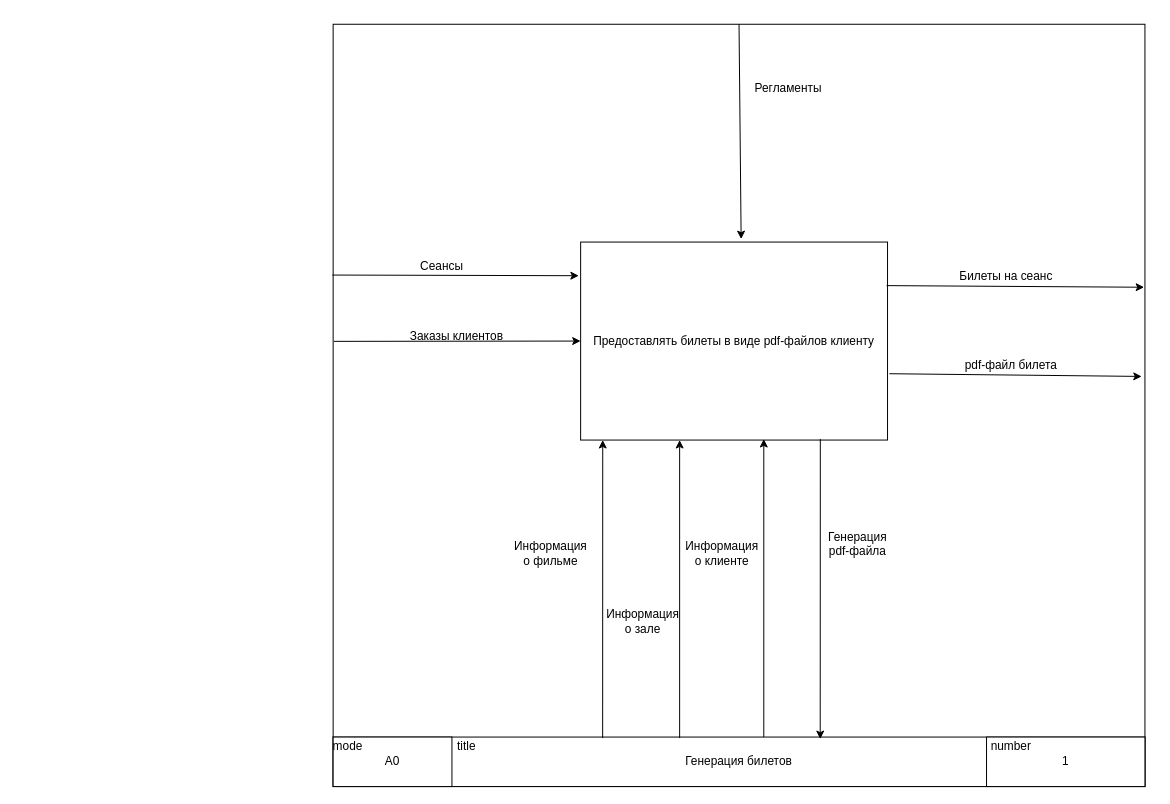
Above: Диаграммы/Диаграмма контекстная.drawio in Klevchik1/cinema-management-system (draw.io), before the change. Source tidied: cells renumbered, new cells numbered last; positions are measured from the earlier drawing's top-left corner, leaving out a move shared by most shapes. Both pictures are drawn from the tidied source at 99%, with x=0, y=0 at pixel (333, 24).
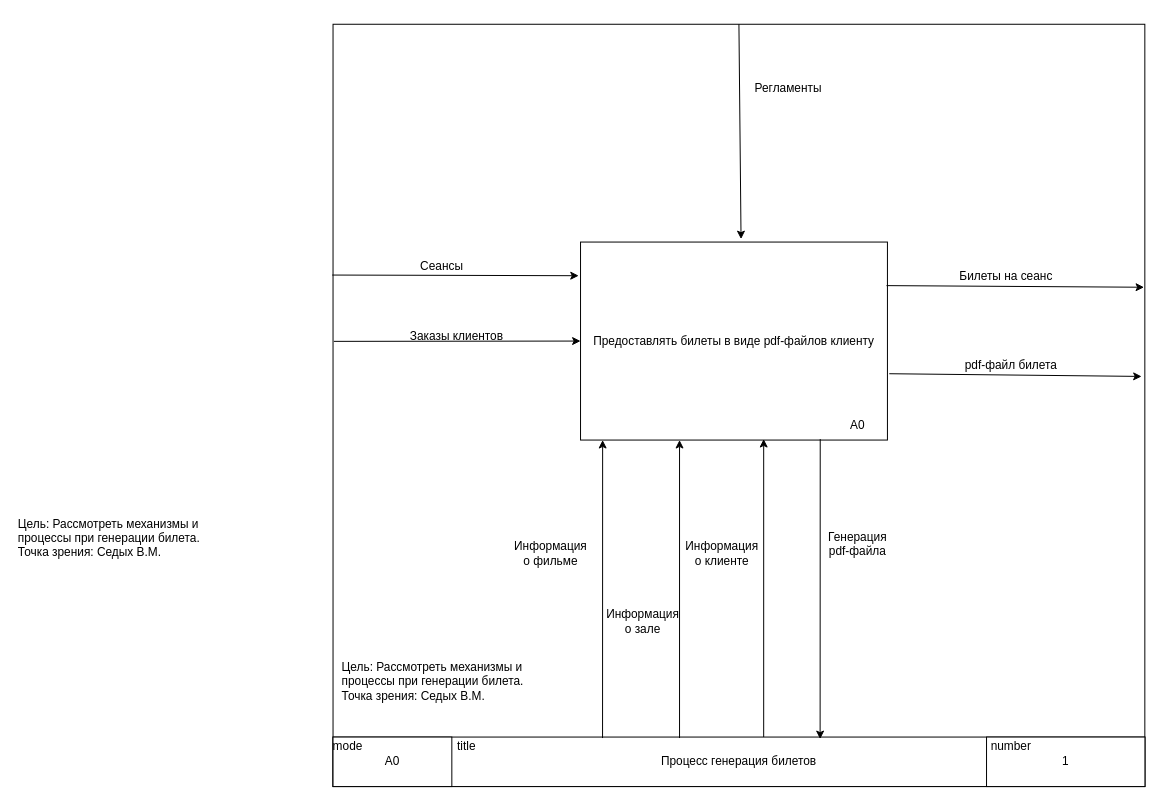
The same page after the edit.

The edit, as a diff of the source:
```diff
@@
-    <mxCell id="2" style="rounded=0;whiteSpace=wrap;html=1;" parent="1" vertex="1">
-      <mxGeometry width="820" height="770" as="geometry" />
-    </mxCell>
-    <mxCell id="3" value="Генерация билетов" style="rounded=0;whiteSpace=wrap;html=1;" parent="1" vertex="1">
-      <mxGeometry y="720" width="820" height="50" as="geometry" />
-    </mxCell>
+    <mxCell id="28" style="rounded=0;whiteSpace=wrap;html=1;" parent="1" vertex="1">
+      <mxGeometry x="-0.1" width="820" height="770" as="geometry" />
+    </mxCell>
+    <mxCell id="29" value="Процесс генерация билетов" style="rounded=0;whiteSpace=wrap;html=1;" parent="1" vertex="1">
+      <mxGeometry x="-0.1" y="720" width="820" height="50" as="geometry" />
+    </mxCell>
     <mxCell id="4" value="А0" style="rounded=0;whiteSpace=wrap;html=1;" parent="1" vertex="1">
-      <mxGeometry y="720" width="120" height="50" as="geometry" />
+      <mxGeometry x="-0.1" y="720" width="120" height="50" as="geometry" />
     </mxCell>
@@
     <mxCell id="6" value="mode" style="text;html=1;align=center;verticalAlign=middle;whiteSpace=wrap;rounded=0;" parent="1" vertex="1">
-      <mxGeometry y="720" width="30" height="20" as="geometry" />
+      <mxGeometry x="-0.1" y="720" width="30" height="20" as="geometry" />
     </mxCell>
     <mxCell id="7" value="title" style="text;html=1;align=center;verticalAlign=middle;whiteSpace=wrap;rounded=0;" parent="1" vertex="1">
-      <mxGeometry x="120" y="720" width="30" height="20" as="geometry" />
+      <mxGeometry x="119.9" y="720" width="30" height="20" as="geometry" />
     </mxCell>
@@
     <mxCell id="9" value="Предоставлять билеты в виде pdf-файлов клиенту" style="rounded=0;whiteSpace=wrap;html=1;" parent="1" vertex="1">
-      <mxGeometry x="250" y="220" width="310" height="200" as="geometry" />
+      <mxGeometry x="249.9" y="220" width="310" height="200" as="geometry" />
     </mxCell>
-    <mxCell id="10" style="endArrow=classic;html=1;rounded=0;exitX=-0.001;exitY=0.329;exitDx=0;exitDy=0;exitPerimeter=0;entryX=-0.006;entryY=0.17;entryDx=0;entryDy=0;entryPerimeter=0;" parent="1" edge="1" source="2" target="9">
-      <mxGeometry relative="1" as="geometry" />
-    </mxCell>
-    <mxCell id="11" style="endArrow=classic;html=1;rounded=0;exitX=0.001;exitY=0.416;exitDx=0;exitDy=0;exitPerimeter=0;entryX=0;entryY=0.5;entryDx=0;entryDy=0;" parent="1" edge="1" source="2" target="9">
-      <mxGeometry relative="1" as="geometry" />
-    </mxCell>
-    <mxCell id="12" style="endArrow=classic;html=1;rounded=0;exitX=1.006;exitY=0.665;exitDx=0;exitDy=0;exitPerimeter=0;entryX=0.996;entryY=0.462;entryDx=0;entryDy=0;entryPerimeter=0;" parent="1" edge="1" source="9" target="2">
-      <mxGeometry relative="1" as="geometry" />
-    </mxCell>
-    <mxCell id="13" style="endArrow=classic;html=1;rounded=0;exitX=0.997;exitY=0.22;exitDx=0;exitDy=0;exitPerimeter=0;entryX=0.999;entryY=0.345;entryDx=0;entryDy=0;entryPerimeter=0;" parent="1" edge="1" source="9" target="2">
-      <mxGeometry relative="1" as="geometry" />
-    </mxCell>
-    <mxCell id="14" style="endArrow=classic;html=1;rounded=0;exitX=0.5;exitY=0;exitDx=0;exitDy=0;entryX=0.523;entryY=-0.015;entryDx=0;entryDy=0;entryPerimeter=0;" parent="1" edge="1" source="2" target="9">
-      <mxGeometry relative="1" as="geometry" />
-    </mxCell>
+    <mxCell id="30" style="endArrow=classic;html=1;rounded=0;exitX=-0.001;exitY=0.329;exitDx=0;exitDy=0;exitPerimeter=0;entryX=-0.006;entryY=0.17;entryDx=0;entryDy=0;entryPerimeter=0;" parent="1" edge="1" source="28" target="9">
+      <mxGeometry relative="1" as="geometry" />
+    </mxCell>
+    <mxCell id="31" style="endArrow=classic;html=1;rounded=0;exitX=0.001;exitY=0.416;exitDx=0;exitDy=0;exitPerimeter=0;entryX=0;entryY=0.5;entryDx=0;entryDy=0;" parent="1" edge="1" source="28" target="9">
+      <mxGeometry relative="1" as="geometry" />
+    </mxCell>
+    <mxCell id="32" style="endArrow=classic;html=1;rounded=0;exitX=1.006;exitY=0.665;exitDx=0;exitDy=0;exitPerimeter=0;entryX=0.996;entryY=0.462;entryDx=0;entryDy=0;entryPerimeter=0;" parent="1" edge="1" source="9" target="28">
+      <mxGeometry relative="1" as="geometry" />
+    </mxCell>
+    <mxCell id="33" style="endArrow=classic;html=1;rounded=0;exitX=0.997;exitY=0.22;exitDx=0;exitDy=0;exitPerimeter=0;entryX=0.999;entryY=0.345;entryDx=0;entryDy=0;entryPerimeter=0;" parent="1" edge="1" source="9" target="28">
+      <mxGeometry relative="1" as="geometry" />
+    </mxCell>
+    <mxCell id="34" style="endArrow=classic;html=1;rounded=0;exitX=0.5;exitY=0;exitDx=0;exitDy=0;entryX=0.523;entryY=-0.015;entryDx=0;entryDy=0;entryPerimeter=0;" parent="1" edge="1" source="28" target="9">
+      <mxGeometry relative="1" as="geometry" />
+    </mxCell>
     <mxCell id="15" value="Сеансы" style="text;html=1;align=center;verticalAlign=middle;whiteSpace=wrap;rounded=0;" parent="1" vertex="1">
-      <mxGeometry x="80" y="230" width="60" height="30" as="geometry" />
+      <mxGeometry x="79.9" y="230" width="60" height="30" as="geometry" />
     </mxCell>
     <mxCell id="16" value="Заказы клиентов" style="text;html=1;align=center;verticalAlign=middle;whiteSpace=wrap;rounded=0;" parent="1" vertex="1">
-      <mxGeometry x="70" y="300" width="110" height="30" as="geometry" />
+      <mxGeometry x="69.9" y="300" width="110" height="30" as="geometry" />
     </mxCell>
@@
     <mxCell id="19" value="Регламенты" style="text;html=1;align=center;verticalAlign=middle;whiteSpace=wrap;rounded=0;" parent="1" vertex="1">
-      <mxGeometry x="410" y="50" width="100" height="30" as="geometry" />
+      <mxGeometry x="409.9" y="50" width="100" height="30" as="geometry" />
     </mxCell>
-    <mxCell id="20" style="endArrow=classic;html=1;rounded=0;exitX=0.332;exitY=0.02;exitDx=0;exitDy=0;exitPerimeter=0;entryX=0.072;entryY=1;entryDx=0;entryDy=0;entryPerimeter=0;" parent="1" edge="1" source="3" target="9">
-      <mxGeometry relative="1" as="geometry" />
-    </mxCell>
-    <mxCell id="21" style="endArrow=classic;html=1;rounded=0;exitX=0.332;exitY=0.02;exitDx=0;exitDy=0;exitPerimeter=0;entryX=0.072;entryY=1;entryDx=0;entryDy=0;entryPerimeter=0;" parent="1" edge="1">
-      <mxGeometry relative="1" as="geometry">
-        <mxPoint x="350" y="721" as="sourcePoint" />
-        <mxPoint x="350" y="420" as="targetPoint" />
-      </mxGeometry>
-    </mxCell>
-    <mxCell id="22" style="endArrow=classic;html=1;rounded=0;exitX=0.332;exitY=0.02;exitDx=0;exitDy=0;exitPerimeter=0;entryX=0.072;entryY=1;entryDx=0;entryDy=0;entryPerimeter=0;" parent="1" edge="1">
-      <mxGeometry relative="1" as="geometry">
-        <mxPoint x="435" y="720" as="sourcePoint" />
-        <mxPoint x="435" y="419" as="targetPoint" />
-      </mxGeometry>
-    </mxCell>
-    <mxCell id="23" style="endArrow=classic;html=1;rounded=0;exitX=0.781;exitY=0.995;exitDx=0;exitDy=0;exitPerimeter=0;entryX=0.6;entryY=0.04;entryDx=0;entryDy=0;entryPerimeter=0;" parent="1" edge="1" source="9" target="3">
-      <mxGeometry relative="1" as="geometry" />
-    </mxCell>
+    <mxCell id="35" style="endArrow=classic;html=1;rounded=0;exitX=0.332;exitY=0.02;exitDx=0;exitDy=0;exitPerimeter=0;entryX=0.072;entryY=1;entryDx=0;entryDy=0;entryPerimeter=0;" parent="1" edge="1" source="29" target="9">
+      <mxGeometry relative="1" as="geometry" />
+    </mxCell>
+    <mxCell id="36" style="endArrow=classic;html=1;rounded=0;exitX=0.332;exitY=0.02;exitDx=0;exitDy=0;exitPerimeter=0;entryX=0.072;entryY=1;entryDx=0;entryDy=0;entryPerimeter=0;" parent="1" edge="1">
+      <mxGeometry relative="1" as="geometry">
+        <mxPoint x="349.9" y="721" as="sourcePoint" />
+        <mxPoint x="349.9" y="420" as="targetPoint" />
+      </mxGeometry>
+    </mxCell>
+    <mxCell id="37" style="endArrow=classic;html=1;rounded=0;exitX=0.332;exitY=0.02;exitDx=0;exitDy=0;exitPerimeter=0;entryX=0.072;entryY=1;entryDx=0;entryDy=0;entryPerimeter=0;" parent="1" edge="1">
+      <mxGeometry relative="1" as="geometry">
+        <mxPoint x="434.9" y="720" as="sourcePoint" />
+        <mxPoint x="434.9" y="419" as="targetPoint" />
+      </mxGeometry>
+    </mxCell>
+    <mxCell id="38" style="endArrow=classic;html=1;rounded=0;exitX=0.781;exitY=0.995;exitDx=0;exitDy=0;exitPerimeter=0;entryX=0.6;entryY=0.04;entryDx=0;entryDy=0;entryPerimeter=0;" parent="1" edge="1" source="9" target="29">
+      <mxGeometry relative="1" as="geometry" />
+    </mxCell>
     <mxCell id="24" value="Информация о фильме" style="text;html=1;align=center;verticalAlign=middle;whiteSpace=wrap;rounded=0;" parent="1" vertex="1">
-      <mxGeometry x="180" y="520" width="80" height="30" as="geometry" />
+      <mxGeometry x="179.9" y="520" width="80" height="30" as="geometry" />
     </mxCell>
     <mxCell id="25" value="Информация о зале" style="text;html=1;align=center;verticalAlign=middle;whiteSpace=wrap;rounded=0;" parent="1" vertex="1">
-      <mxGeometry x="273" y="588" width="80" height="30" as="geometry" />
+      <mxGeometry x="272.9" y="588" width="80" height="30" as="geometry" />
     </mxCell>
     <mxCell id="26" value="Информация о клиенте" style="text;html=1;align=center;verticalAlign=middle;whiteSpace=wrap;rounded=0;" parent="1" vertex="1">
-      <mxGeometry x="353" y="520" width="80" height="30" as="geometry" />
+      <mxGeometry x="352.9" y="520" width="80" height="30" as="geometry" />
     </mxCell>
     <mxCell id="27" value="Генерация pdf-файла" style="text;html=1;align=center;verticalAlign=middle;whiteSpace=wrap;rounded=0;" parent="1" vertex="1">
-      <mxGeometry x="490" y="510" width="80" height="30" as="geometry" />
+      <mxGeometry x="489.9" y="510" width="80" height="30" as="geometry" />
     </mxCell>
+    <mxCell id="39" value="А0" style="text;html=1;whiteSpace=wrap;strokeColor=none;fillColor=none;align=center;verticalAlign=middle;rounded=0;" parent="1" vertex="1">
+      <mxGeometry x="500" y="390" width="60" height="30" as="geometry" />
+    </mxCell>
+    <mxCell id="40" value="Цель: Рассмотреть механизмы и процессы при генерации билета.&lt;div&gt;Точка зрения: Седых В.М.&amp;nbsp;&lt;/div&gt;" style="text;html=1;whiteSpace=wrap;strokeColor=none;fillColor=none;align=left;verticalAlign=middle;rounded=0;" parent="1" vertex="1">
+      <mxGeometry x="6.9" y="607" width="200.2" height="113" as="geometry" />
+    </mxCell>
+    <mxCell id="41" value="Цель: Рассмотреть механизмы и процессы при генерации билета.&lt;div&gt;Точка зрения: Седых В.М.&amp;nbsp;&lt;/div&gt;" style="text;html=1;whiteSpace=wrap;strokeColor=none;fillColor=none;align=left;verticalAlign=middle;rounded=0;" parent="1" vertex="1">
+      <mxGeometry x="-319.8" y="462.2" width="200.2" height="113" as="geometry" />
+    </mxCell>
```
